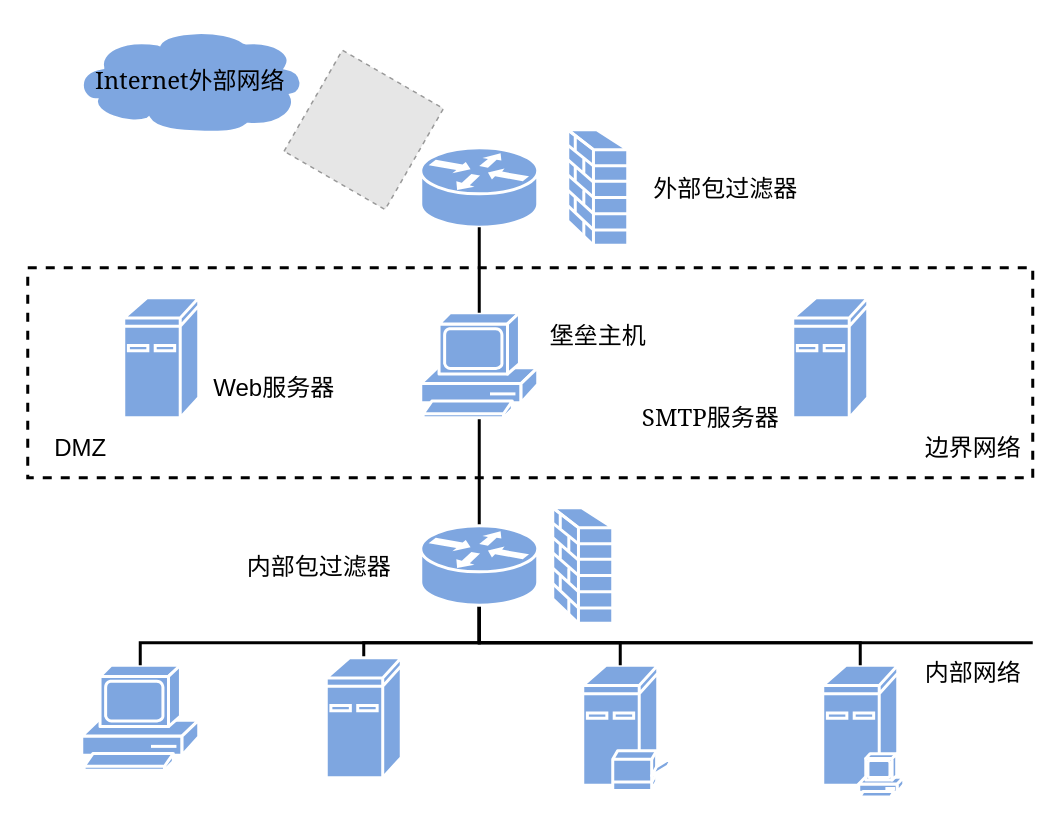
Earlier version of the draw.io diagram 20220508.drawio (angzhijin/DrawIOProject). Source tidied: cells renumbered, new cells numbered last; positions are measured from the earlier drawing's top-left corner, leaving out a move shared by most shapes. Both pictures are drawn from the tidied source at 150%, with x=0, y=0 at pixel (27, 27). Pictures stored in the file or linked from it are replaced by grey dashed boxes.
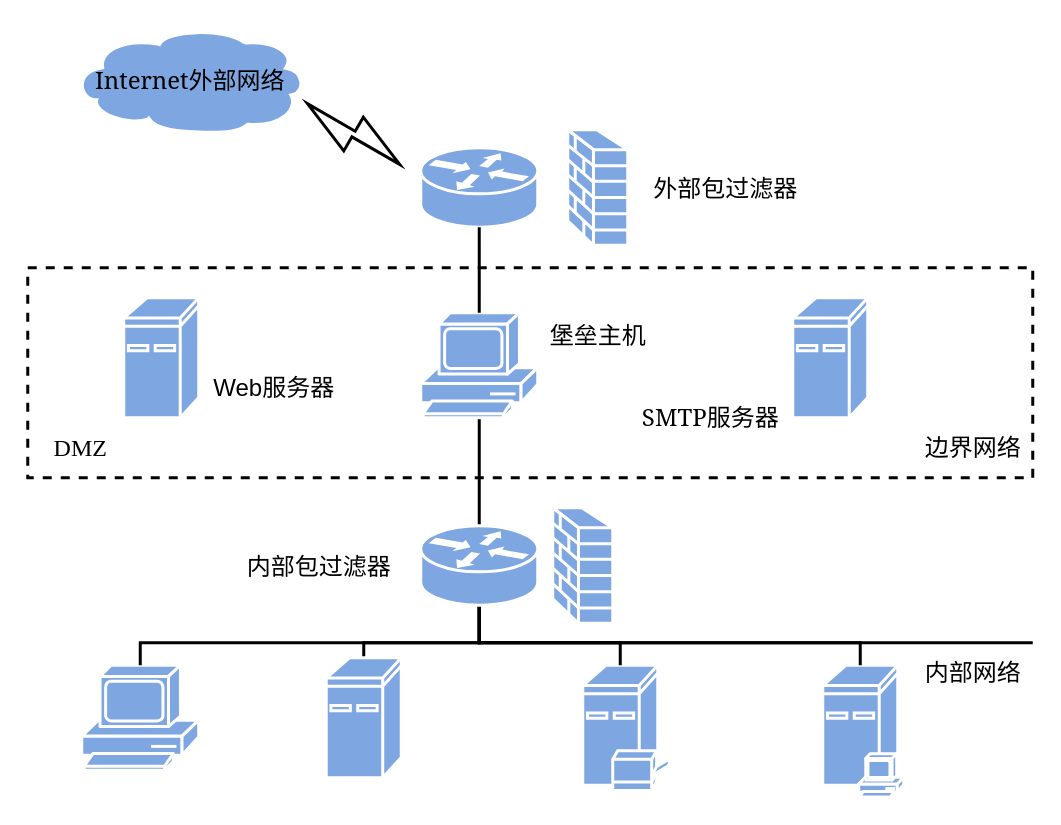
The same page after the edit.

Change to the diagram source:
```diff
@@
-    <mxCell id="23" style="fillColor=#E6E6E6;strokeColor=#999999;dashed=1;html=1;verticalAlign=top;verticalLabelPosition=bottom;labelBackgroundColor=#ffffff;rotation=-60;" parent="1" vertex="1">
-      <mxGeometry x="185.1" y="29.2" width="77.8" height="77.8" as="geometry" />
-    </mxCell>
@@
-    <mxCell id="25" value="DMZ" style="text;html=1;align=center;verticalAlign=middle;strokeColor=none;fillColor=none;fontSize=16;" parent="1" vertex="1">
-      <mxGeometry x="10" y="270" width="50" height="20" as="geometry" />
+    <mxCell id="25" value="&lt;font face=&quot;Times New Roman&quot;&gt;DMZ&lt;/font&gt;" style="text;html=1;align=center;verticalAlign=middle;strokeColor=none;fillColor=none;fontSize=16;" parent="1" vertex="1">
+      <mxGeometry x="10" y="265" width="50" height="30" as="geometry" />
     </mxCell>
@@
+    <mxCell id="34" style="html=1;verticalLabelPosition=bottom;align=center;labelBackgroundColor=#ffffff;verticalAlign=top;strokeWidth=2;strokeColor=#000000;shadow=0;dashed=0;shape=mxgraph.ios7.icons.flash;rotation=-60;fillColor=none;" parent="1" vertex="1">
+      <mxGeometry x="204.2" y="34.1" width="26" height="73.5" as="geometry" />
+    </mxCell>
```
